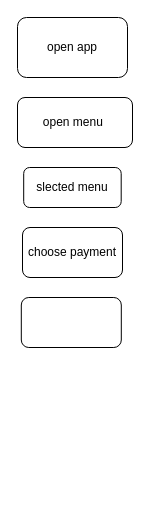
This is flowchart.drawio from nia148/kirstenbe2679190_prosess-order, a draw.io file, before an edit. Source tidied: cells renumbered, new cells numbered last; positions are measured from the earlier drawing's top-left corner, leaving out a move shared by most shapes. Both pictures are drawn from the tidied source at 100%, with x=0, y=0 at pixel (17, 17).
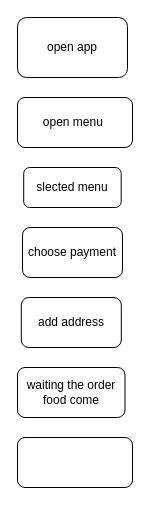
Above is the later version.

Commit message:
Pemberian tip

Diff of the diagram source:
```diff
@@
 <mxGraphModel>
   <root>
     <mxCell id="0" />
     <mxCell id="1" parent="0" />
     <mxCell id="2" value="open app" style="rounded=1;whiteSpace=wrap;html=1;" parent="1" vertex="1">
       <mxGeometry width="110" height="60" as="geometry" />
     </mxCell>
     <mxCell id="3" value="open menu&amp;nbsp;" style="rounded=1;whiteSpace=wrap;html=1;" parent="1" vertex="1">
       <mxGeometry y="80" width="115" height="50" as="geometry" />
     </mxCell>
     <mxCell id="4" value="slected menu" style="rounded=1;whiteSpace=wrap;html=1;" parent="1" vertex="1">
       <mxGeometry x="6.2" y="150" width="97.5" height="40" as="geometry" />
     </mxCell>
     <mxCell id="5" value="choose payment" style="rounded=1;whiteSpace=wrap;html=1;" parent="1" vertex="1">
       <mxGeometry x="5" y="210" width="100" height="50" as="geometry" />
     </mxCell>
-    <mxCell id="6" style="rounded=1;whiteSpace=wrap;html=1;" parent="1" vertex="1">
+    <mxCell id="6" value="add address" style="rounded=1;whiteSpace=wrap;html=1;" parent="1" vertex="1">
       <mxGeometry x="3.8" y="280" width="100" height="50" as="geometry" />
     </mxCell>
+    <mxCell id="7" value="waiting the order food come" style="rounded=1;whiteSpace=wrap;html=1;" parent="1" vertex="1">
+      <mxGeometry y="350" width="107.5" height="50" as="geometry" />
+    </mxCell>
+    <mxCell id="8" style="rounded=1;whiteSpace=wrap;html=1;" parent="1" vertex="1">
+      <mxGeometry y="420" width="115" height="50" as="geometry" />
+    </mxCell>
   </root>
 </mxGraphModel>
```
